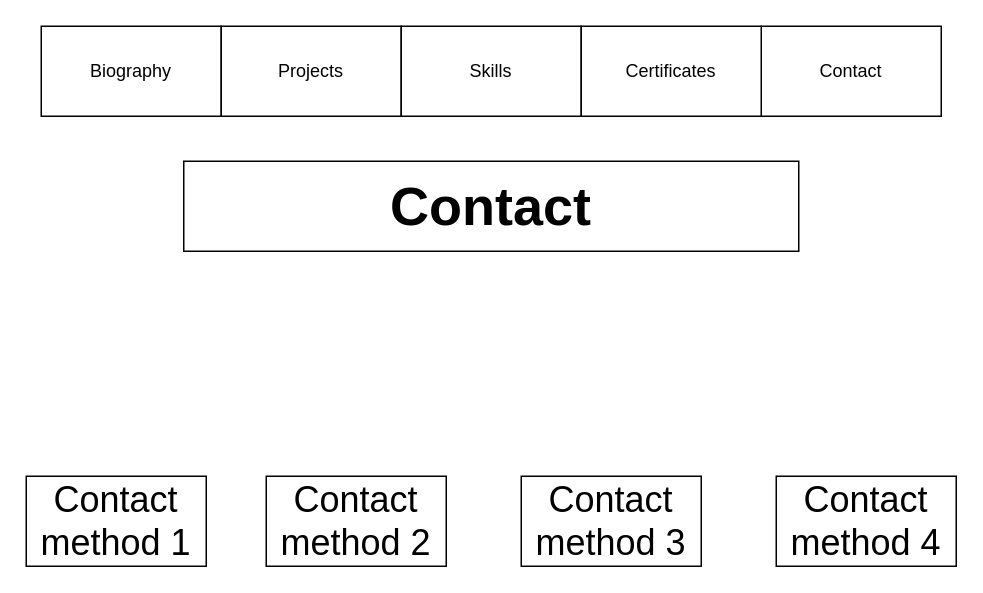
Above: page "Contact" (6 of 6) of public/New Profile Site.drawio.xml in Eds-Dbug/profile2 (draw.io), before the change. Source tidied: cells renumbered, new cells numbered last; positions are measured from the earlier drawing's top-left corner, leaving out a move shared by most shapes. Both pictures are drawn from the tidied source at 150%, with x=0, y=0 at pixel (26, 26).
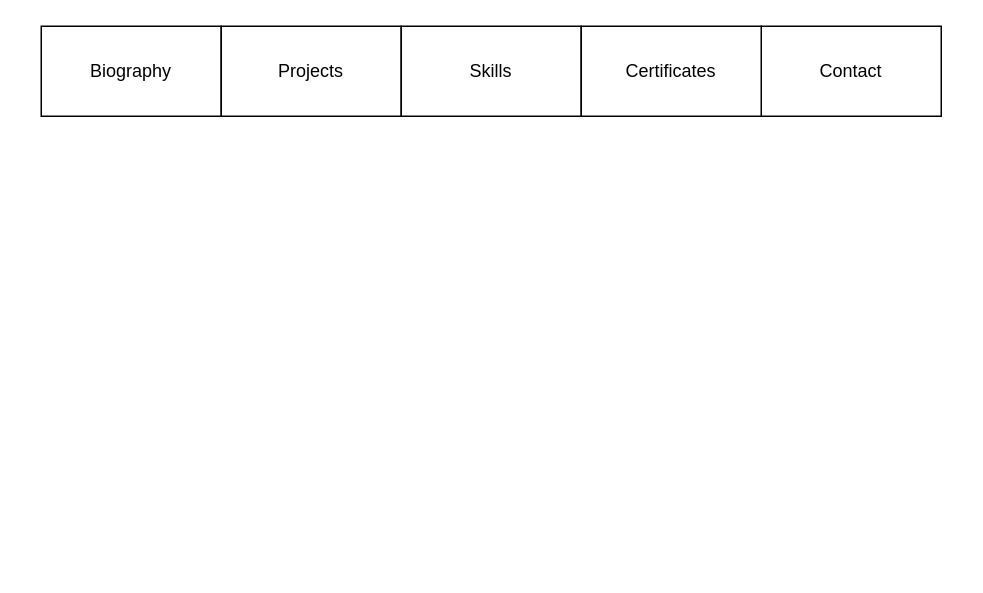
The same page after the edit.

Commit message (it also covers changes not shown here):
Hobbies now part of own link for active link to work and contact now part of main page

The edit, as a diff of the source:
```diff
@@
 <mxGraphModel>
   <root>
     <mxCell id="0" />
     <mxCell id="1" parent="0" />
     <mxCell id="2" style="group;" parent="1" vertex="1">
       <mxGeometry x="10" width="600" height="60" as="geometry" />
     </mxCell>
     <mxCell id="3" value="Biography" style="rounded=0;whiteSpace=wrap;html=1;" parent="2" vertex="1">
       <mxGeometry width="120" height="60" as="geometry" />
     </mxCell>
     <mxCell id="4" value="Projects" style="rounded=0;whiteSpace=wrap;html=1;" parent="2" vertex="1">
       <mxGeometry x="120" width="120" height="60" as="geometry" />
     </mxCell>
     <mxCell id="5" value="Skills" style="rounded=0;whiteSpace=wrap;html=1;" parent="2" vertex="1">
       <mxGeometry x="240" width="120" height="60" as="geometry" />
     </mxCell>
     <mxCell id="6" value="Contact" style="rounded=0;whiteSpace=wrap;html=1;" parent="2" vertex="1">
       <mxGeometry x="480" width="120" height="60" as="geometry" />
     </mxCell>
     <mxCell id="7" value="Certificates" style="rounded=0;whiteSpace=wrap;html=1;" parent="2" vertex="1">
       <mxGeometry x="360" width="120" height="60" as="geometry" />
     </mxCell>
-    <mxCell id="8" value="&lt;b&gt;&lt;font style=&quot;font-size: 36px;&quot;&gt;Contact&lt;/font&gt;&lt;/b&gt;" style="rounded=0;whiteSpace=wrap;html=1;" parent="1" vertex="1">
-      <mxGeometry x="105" y="90" width="410" height="60" as="geometry" />
-    </mxCell>
-    <mxCell id="9" value="Contact method 1" style="rounded=0;whiteSpace=wrap;html=1;fontSize=24;" parent="1" vertex="1">
-      <mxGeometry y="300" width="120" height="60" as="geometry" />
-    </mxCell>
-    <mxCell id="10" value="Contact method 2" style="rounded=0;whiteSpace=wrap;html=1;fontSize=24;" parent="1" vertex="1">
-      <mxGeometry x="160" y="300" width="120" height="60" as="geometry" />
-    </mxCell>
-    <mxCell id="11" value="Contact method 3" style="rounded=0;whiteSpace=wrap;html=1;fontSize=24;" parent="1" vertex="1">
-      <mxGeometry x="330" y="300" width="120" height="60" as="geometry" />
-    </mxCell>
-    <mxCell id="12" value="Contact method 4" style="rounded=0;whiteSpace=wrap;html=1;fontSize=24;" parent="1" vertex="1">
-      <mxGeometry x="500" y="300" width="120" height="60" as="geometry" />
-    </mxCell>
   </root>
 </mxGraphModel>
```
